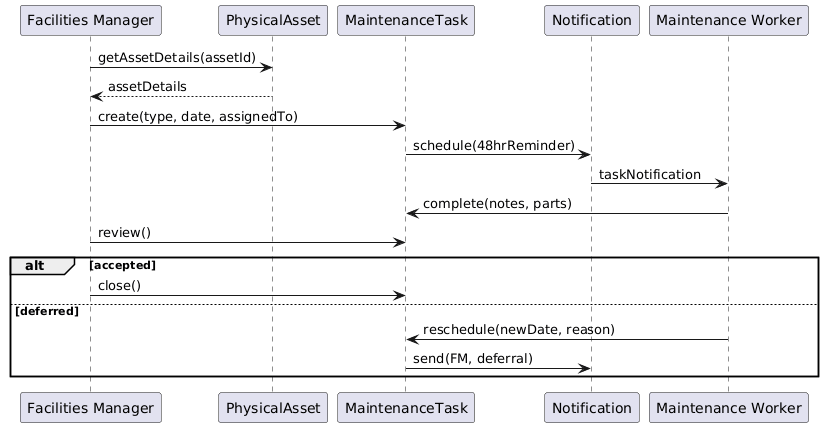
Earlier version of the PlantUML export Diagrams/Sequence Diagrams/BS_FCM_04.png (erindkotobelli12/BankManagementSystem). The source it was exported from:
```plantuml
@startuml
participant "Facilities Manager" as FM
participant PhysicalAsset as PA
participant MaintenanceTask as MT
participant Notification as N
participant "Maintenance Worker" as MW

FM -> PA : getAssetDetails(assetId)
PA --> FM : assetDetails
FM -> MT : create(type, date, assignedTo)
MT -> N : schedule(48hrReminder)
N -> MW : taskNotification
MW -> MT : complete(notes, parts)
FM -> MT : review()

alt accepted
  FM -> MT : close()
else deferred
  MW -> MT : reschedule(newDate, reason)
  MT -> N : send(FM, deferral)
end
@enduml
```
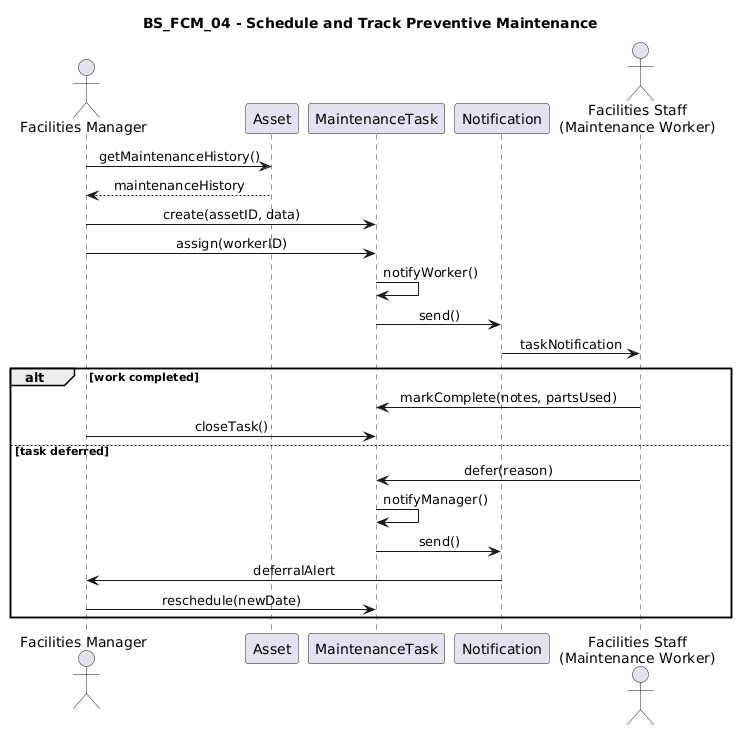
The same diagram one commit later.

What changed in the source:
```diff
@@ -1,22 +1,33 @@
 @startuml
-participant "Facilities Manager" as FM
-participant PhysicalAsset as PA
-participant MaintenanceTask as MT
-participant Notification as N
-participant "Maintenance Worker" as MW
+title BS_FCM_04 - Schedule and Track Preventive Maintenance
 
-FM -> PA : getAssetDetails(assetId)
-PA --> FM : assetDetails
-FM -> MT : create(type, date, assignedTo)
-MT -> N : schedule(48hrReminder)
-N -> MW : taskNotification
-MW -> MT : complete(notes, parts)
-FM -> MT : review()
+skinparam shadowing false
+skinparam sequenceMessageAlign center
 
-alt accepted
-  FM -> MT : close()
-else deferred
-  MW -> MT : reschedule(newDate, reason)
-  MT -> N : send(FM, deferral)
+actor "Facilities Manager" as FM
+participant Asset
+participant MaintenanceTask
+participant Notification
+actor "Facilities Staff\n(Maintenance Worker)" as Worker
+
+FM -> Asset : getMaintenanceHistory()
+Asset --> FM : maintenanceHistory
+
+FM -> MaintenanceTask : create(assetID, data)
+FM -> MaintenanceTask : assign(workerID)
+
+MaintenanceTask -> MaintenanceTask : notifyWorker()
+MaintenanceTask -> Notification : send()
+Notification -> Worker : taskNotification
+
+alt work completed
+    Worker -> MaintenanceTask : markComplete(notes, partsUsed)
+    FM -> MaintenanceTask : closeTask()
+else task deferred
+    Worker -> MaintenanceTask : defer(reason)
+    MaintenanceTask -> MaintenanceTask : notifyManager()
+    MaintenanceTask -> Notification : send()
+    Notification -> FM : deferralAlert
+    FM -> MaintenanceTask : reschedule(newDate)
 end
 @enduml
```
